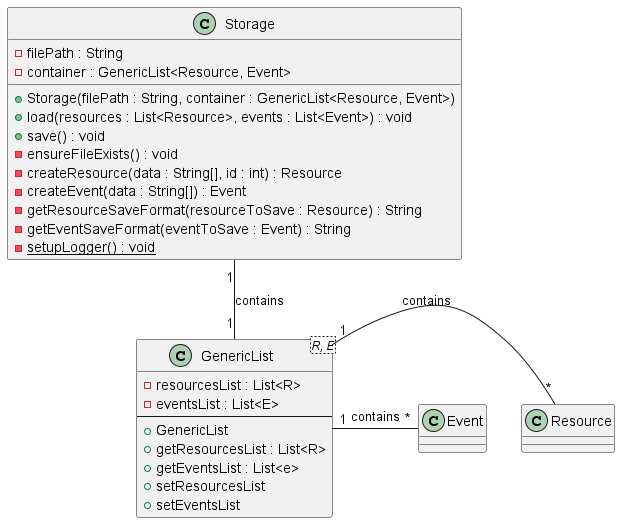
The PlantUML diagram docs/images/StorageDiagram.png in yingx9/tp, before a commit.
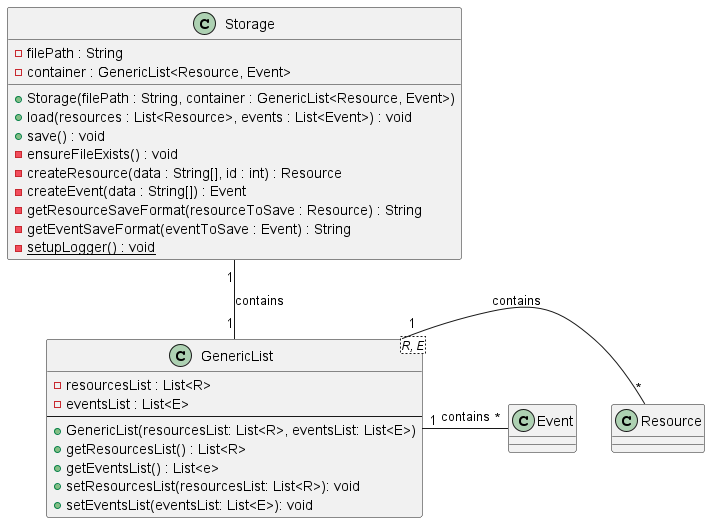
The same file after the commit.

Change to the diagram source:
```diff
@@ -19,11 +19,11 @@
     - resourcesList : List<R>
     - eventsList : List<E>
     --
-    + GenericList
-    + getResourcesList : List<R>
-    + getEventsList : List<e>
-    + setResourcesList
-    + setEventsList
+    + GenericList(resourcesList: List<R>, eventsList: List<E>)
+    + getResourcesList() : List<R>
+    + getEventsList() : List<e>
+    + setResourcesList(resourcesList: List<R>): void
+    + setEventsList(eventsList: List<E>): void
 }
 
 class Resource {
```
